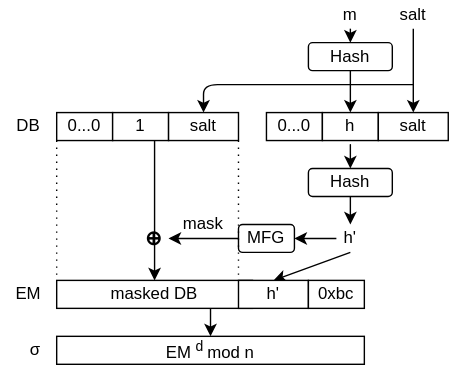
Earlier version of the draw.io export images/lec-rsassa-pss-sign.drawio.svg (herumi/lecture-crypto). Source tidied: cells renumbered, new cells last; positions are measured from the earlier drawing's top-left corner, leaving out a move shared by most shapes.
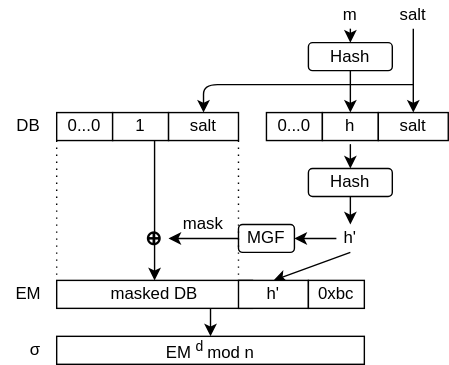
The same diagram one commit later.

Change to the diagram source:
```diff
@@ -91,7 +91,7 @@
     <mxCell id="25" style="edgeStyle=none;html=1;exitX=0;exitY=0.5;exitDx=0;exitDy=0;entryX=1;entryY=0.5;entryDx=0;entryDy=0;" parent="1" edge="1" source="26" target="2">
       <mxGeometry relative="1" as="geometry" />
     </mxCell>
-    <mxCell id="26" value="MFG" style="rounded=1;whiteSpace=wrap;html=1;" parent="1" vertex="1">
+    <mxCell id="26" value="MGF" style="rounded=1;whiteSpace=wrap;html=1;" parent="1" vertex="1">
       <mxGeometry x="170" y="160" width="40" height="20" as="geometry" />
     </mxCell>
     <mxCell id="27" style="edgeStyle=none;html=1;exitX=1;exitY=1;exitDx=0;exitDy=0;entryX=0;entryY=0;entryDx=0;entryDy=0;endArrow=none;endFill=0;dashed=1;dashPattern=1 4;" parent="1" edge="1" source="19" target="30">
```
